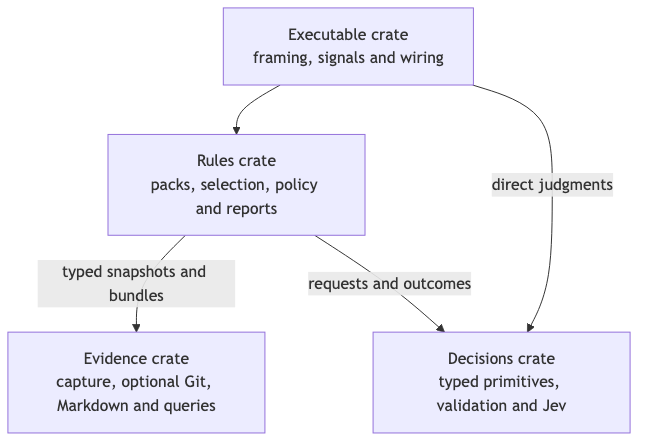
Earlier version of the Mermaid export docs/specs/2026-10-12-rust-rule-engine/assets/crate-dependencies.png (ShravanSunder/sunstack-tools). Its source is kept beside it as docs/specs/2026-10-12-rust-rule-engine/assets/crate-dependencies.mmd.
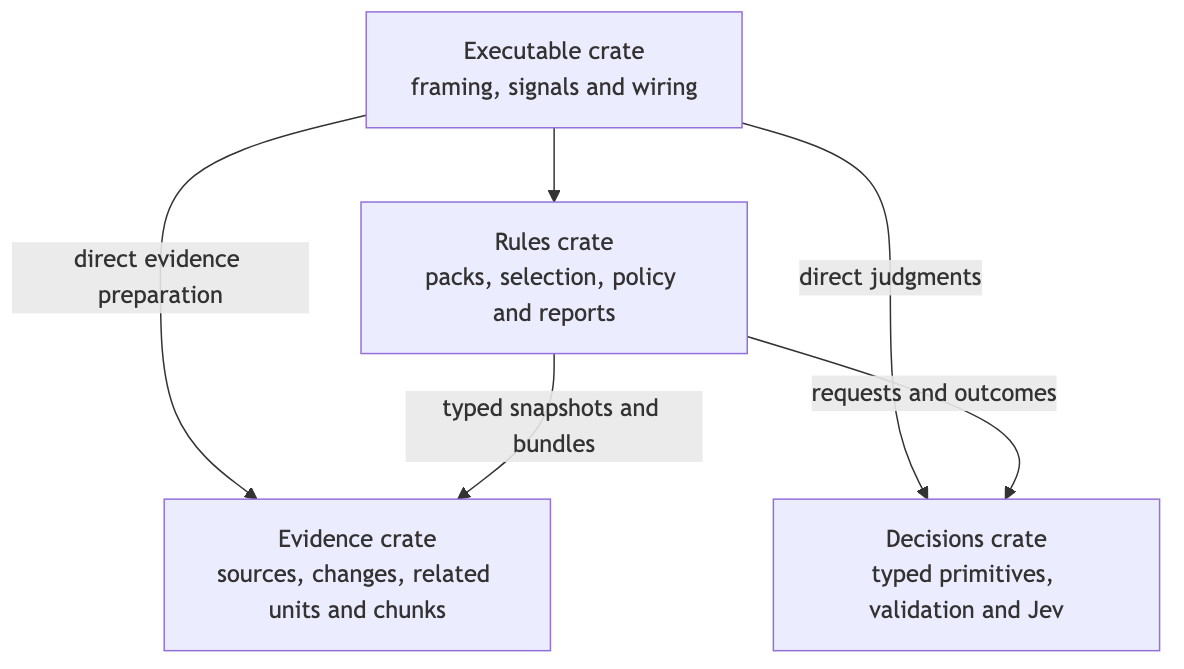
Later version of the same file.

The edit, as a diff of the source:
```diff
@@ -1,5 +1,6 @@
 flowchart TB
   C["Executable crate<br/>framing, signals and wiring"] --> R["Rules crate<br/>packs, selection, policy and reports"]
   C -->|"direct judgments"| D["Decisions crate<br/>typed primitives, validation and Jev"]
-  R -->|"typed snapshots and bundles"| E["Evidence crate<br/>capture, optional Git, Markdown and queries"]
+  C -->|"direct evidence preparation"| E["Evidence crate<br/>sources, changes, related units and chunks"]
+  R -->|"typed snapshots and bundles"| E
   R -->|"requests and outcomes"| D
```
